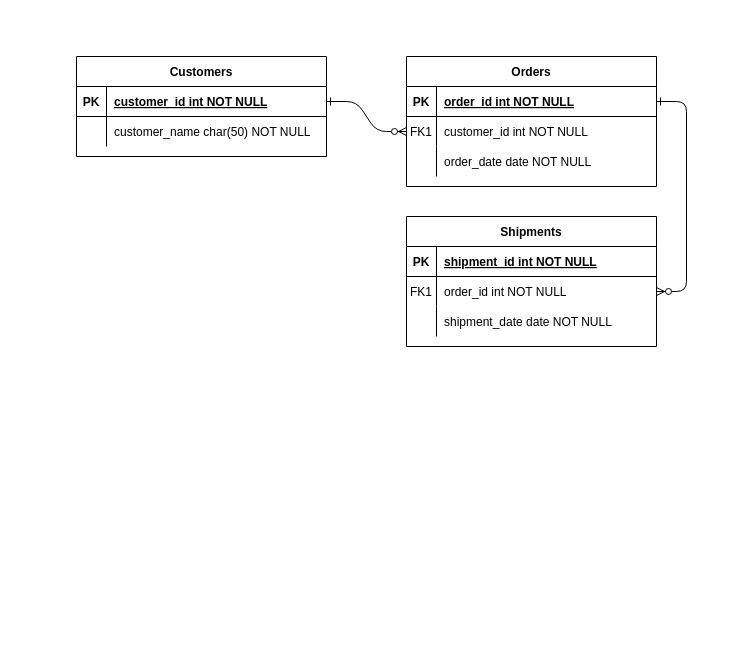
Earlier version of the draw.io diagram Diagrama sin título.drawio (fsvarelae/fsvarelae). Source tidied: cells renumbered, new cells numbered last; positions are measured from the earlier drawing's top-left corner, leaving out a move shared by most shapes. Both pictures are drawn from the tidied source at 100%, with x=0, y=0 at pixel (76, 56).
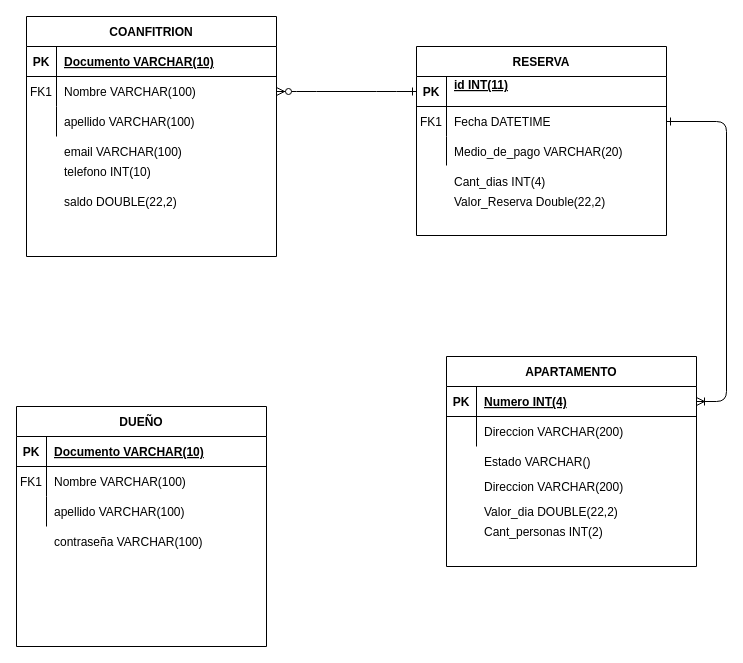
Above is the later version.

Unchanged cells that the change refers to:
```xml
<mxCell id="5" style="shape=partialRectangle;fillColor=none;points=[[0,0.5],[1,0.5]];portConstraint=eastwest;top=0;left=0;right=0;bottom=1;" parent="4" vertex="1">
  <mxGeometry y="30" width="250" height="30" as="geometry" />
</mxCell>
<mxCell id="8" style="shape=partialRectangle;fillColor=none;points=[[0,0.5],[1,0.5]];portConstraint=eastwest;top=0;left=0;right=0;bottom=0;" parent="4" vertex="1">
  <mxGeometry y="60" width="250" height="30" as="geometry" />
</mxCell>
<mxCell id="15" style="shape=partialRectangle;fillColor=none;top=0;left=0;right=0;bottom=1;" parent="14" vertex="1">
  <mxGeometry y="30" width="250" height="30" as="geometry" />
</mxCell>
<mxCell id="18" style="shape=partialRectangle;fillColor=none;points=[[0,0.5],[1,0.5]];portConstraint=eastwest;top=0;left=0;right=0;bottom=0;" parent="14" vertex="1">
  <mxGeometry y="60" width="250" height="30" as="geometry" />
</mxCell>
<mxCell id="21" style="shape=partialRectangle;fillColor=none;top=0;left=0;right=0;bottom=0;" parent="14" vertex="1">
  <mxGeometry y="90" width="250" height="30" as="geometry" />
</mxCell>
<mxCell id="25" style="shape=partialRectangle;fillColor=none;points=[[0,0.5],[1,0.5]];portConstraint=eastwest;top=0;left=0;right=0;bottom=1;" parent="24" vertex="1">
  <mxGeometry y="30" width="250" height="30" as="geometry" />
</mxCell>
<mxCell id="28" style="shape=partialRectangle;fillColor=none;top=0;left=0;right=0;bottom=0;" parent="24" vertex="1">
  <mxGeometry y="60" width="250" height="30" as="geometry" />
</mxCell>
```

The edit, as a diff of the source:
```diff
@@
-    <mxCell id="2" style="edgeStyle=entityRelationEdgeStyle;endArrow=ERzeroToMany;startArrow=ERone;endFill=1;startFill=0;" parent="1" edge="1" source="25" target="8">
+    <mxCell id="2" style="edgeStyle=entityRelationEdgeStyle;endArrow=ERone;startArrow=ERoneToMany;endFill=0;startFill=0;" parent="1" edge="1" source="25" target="8">
       <mxGeometry relative="1" as="geometry" />
     </mxCell>
@@
-    <mxCell id="4" value="Orders" style="shape=table;startSize=30;childLayout=tableLayout;rowLines=0;fontStyle=1;align=center;" parent="1" vertex="1">
-      <mxGeometry x="330" width="250" height="130" as="geometry" />
+    <mxCell id="4" value="RESERVA" style="shape=table;startSize=30;childLayout=tableLayout;rowLines=0;fontStyle=1;align=center;" parent="1" vertex="1">
+      <mxGeometry x="340" y="-10" width="250" height="189" as="geometry" />
     </mxCell>
@@
-    <mxCell id="7" value="order_id int NOT NULL " style="shape=partialRectangle;overflow=hidden;fillColor=none;top=0;left=0;bottom=0;right=0;align=left;spacingLeft=6;fontStyle=5;" parent="5" vertex="1">
+    <mxCell id="7" value="id INT(11)&#10; " style="shape=partialRectangle;overflow=hidden;fillColor=none;top=0;left=0;bottom=0;right=0;align=left;spacingLeft=6;fontStyle=5;" parent="5" vertex="1">
       <mxGeometry x="30" width="220" height="30" as="geometry" />
     </mxCell>
@@
-    <mxCell id="10" value="customer_id int NOT NULL" style="shape=partialRectangle;overflow=hidden;fillColor=none;top=0;left=0;bottom=0;right=0;align=left;spacingLeft=6;" parent="8" vertex="1">
+    <mxCell id="10" value="Fecha DATETIME" style="shape=partialRectangle;overflow=hidden;fillColor=none;top=0;left=0;bottom=0;right=0;align=left;spacingLeft=6;" parent="8" vertex="1">
       <mxGeometry x="30" width="220" height="30" as="geometry" />
     </mxCell>
     <mxCell id="11" style="shape=partialRectangle;fillColor=none;top=0;left=0;right=0;bottom=0;" parent="4" vertex="1">
-      <mxGeometry y="90" width="250" height="30" as="geometry" />
+      <mxGeometry y="90" width="250" height="29" as="geometry" />
     </mxCell>
     <mxCell id="12" style="shape=partialRectangle;overflow=hidden;fillColor=none;top=0;left=0;bottom=0;right=0;" parent="11" vertex="1">
-      <mxGeometry width="30" height="30" as="geometry" />
+      <mxGeometry width="30" height="29" as="geometry" />
     </mxCell>
-    <mxCell id="13" value="order_date date NOT NULL" style="shape=partialRectangle;overflow=hidden;fillColor=none;top=0;left=0;bottom=0;right=0;align=left;spacingLeft=6;" parent="11" vertex="1">
-      <mxGeometry x="30" width="220" height="30" as="geometry" />
+    <mxCell id="13" style="shape=partialRectangle;overflow=hidden;fillColor=none;top=0;left=0;bottom=0;right=0;align=left;spacingLeft=6;" parent="11" vertex="1">
+      <mxGeometry x="30" width="220" height="29" as="geometry" />
     </mxCell>
-    <mxCell id="14" value="Shipments" style="shape=table;startSize=30;childLayout=tableLayout;rowLines=0;fontStyle=1;align=center;" parent="1" vertex="1">
-      <mxGeometry x="330" y="160" width="250" height="130" as="geometry" />
+    <mxCell id="14" value="COANFITRION" style="shape=table;startSize=30;childLayout=tableLayout;rowLines=0;fontStyle=1;align=center;" parent="1" vertex="1">
+      <mxGeometry x="-50" y="-40" width="250" height="240" as="geometry" />
     </mxCell>
@@
-    <mxCell id="17" value="shipment_id int NOT NULL " style="shape=partialRectangle;overflow=hidden;fillColor=none;top=0;left=0;bottom=0;right=0;align=left;spacingLeft=6;fontStyle=5;" parent="15" vertex="1">
+    <mxCell id="17" value="Documento VARCHAR(10)" style="shape=partialRectangle;overflow=hidden;fillColor=none;top=0;left=0;bottom=0;right=0;align=left;spacingLeft=6;fontStyle=5;" parent="15" vertex="1">
       <mxGeometry x="30" width="220" height="30" as="geometry" />
     </mxCell>
@@
-    <mxCell id="20" value="order_id int NOT NULL" style="shape=partialRectangle;overflow=hidden;fillColor=none;top=0;left=0;bottom=0;right=0;align=left;spacingLeft=6;" parent="18" vertex="1">
+    <mxCell id="20" value="Nombre VARCHAR(100)" style="shape=partialRectangle;overflow=hidden;fillColor=none;top=0;left=0;bottom=0;right=0;align=left;spacingLeft=6;" parent="18" vertex="1">
       <mxGeometry x="30" width="220" height="30" as="geometry" />
     </mxCell>
@@
-    <mxCell id="23" value="shipment_date date NOT NULL" style="shape=partialRectangle;overflow=hidden;fillColor=none;top=0;left=0;bottom=0;right=0;align=left;spacingLeft=6;" parent="21" vertex="1">
+    <mxCell id="23" value="apellido VARCHAR(100)" style="shape=partialRectangle;overflow=hidden;fillColor=none;top=0;left=0;bottom=0;right=0;align=left;spacingLeft=6;" parent="21" vertex="1">
       <mxGeometry x="30" width="220" height="30" as="geometry" />
     </mxCell>
-    <mxCell id="24" value="Customers" style="shape=table;startSize=30;childLayout=tableLayout;rowLines=0;fontStyle=1;align=center;" parent="1" vertex="1">
-      <mxGeometry width="250" height="100" as="geometry" />
+    <mxCell id="24" value="APARTAMENTO" style="shape=table;startSize=30;childLayout=tableLayout;rowLines=0;fontStyle=1;align=center;" parent="1" vertex="1">
+      <mxGeometry x="370" y="300" width="250" height="210" as="geometry" />
     </mxCell>
@@
-    <mxCell id="27" value="customer_id int NOT NULL " style="shape=partialRectangle;overflow=hidden;fillColor=none;top=0;left=0;bottom=0;right=0;align=left;spacingLeft=6;fontStyle=5;" parent="25" vertex="1">
+    <mxCell id="27" value="Numero INT(4)" style="shape=partialRectangle;overflow=hidden;fillColor=none;top=0;left=0;bottom=0;right=0;align=left;spacingLeft=6;fontStyle=5;" parent="25" vertex="1">
       <mxGeometry x="30" width="220" height="30" as="geometry" />
     </mxCell>
@@
-    <mxCell id="30" value="customer_name char(50) NOT NULL" style="shape=partialRectangle;overflow=hidden;fillColor=none;top=0;left=0;bottom=0;right=0;align=left;spacingLeft=6;" parent="28" vertex="1">
+    <mxCell id="30" value="Direccion VARCHAR(200)" style="shape=partialRectangle;overflow=hidden;fillColor=none;top=0;left=0;bottom=0;right=0;align=left;spacingLeft=6;" parent="28" vertex="1">
       <mxGeometry x="30" width="220" height="30" as="geometry" />
     </mxCell>
+    <mxCell id="31" value="email VARCHAR(100)" style="shape=partialRectangle;overflow=hidden;fillColor=none;top=0;left=0;bottom=0;right=0;align=left;spacingLeft=6;" parent="1" vertex="1">
+      <mxGeometry x="-20" y="80" width="220" height="30" as="geometry" />
+    </mxCell>
+    <mxCell id="32" value="saldo DOUBLE(22,2)" style="shape=partialRectangle;overflow=hidden;fillColor=none;top=0;left=0;bottom=0;right=0;align=left;spacingLeft=6;" parent="1" vertex="1">
+      <mxGeometry x="-20" y="130" width="220" height="30" as="geometry" />
+    </mxCell>
+    <mxCell id="33" value="telefono INT(10)" style="shape=partialRectangle;overflow=hidden;fillColor=none;top=0;left=0;bottom=0;right=0;align=left;spacingLeft=6;" parent="1" vertex="1">
+      <mxGeometry x="-20" y="100" width="220" height="30" as="geometry" />
+    </mxCell>
+    <mxCell id="34" value="Medio_de_pago VARCHAR(20) " style="shape=partialRectangle;overflow=hidden;fillColor=none;top=0;left=0;bottom=0;right=0;align=left;spacingLeft=6;" parent="1" vertex="1">
+      <mxGeometry x="370" y="80" width="220" height="30" as="geometry" />
+    </mxCell>
+    <mxCell id="35" value="Cant_dias INT(4)" style="shape=partialRectangle;overflow=hidden;fillColor=none;top=0;left=0;bottom=0;right=0;align=left;spacingLeft=6;" parent="1" vertex="1">
+      <mxGeometry x="370" y="110" width="220" height="30" as="geometry" />
+    </mxCell>
+    <mxCell id="36" style="shape=partialRectangle;fillColor=none;top=0;left=0;right=0;bottom=0;" parent="1" vertex="1">
+      <mxGeometry x="370" y="390" width="250" height="30" as="geometry" />
+    </mxCell>
+    <mxCell id="37" style="shape=partialRectangle;overflow=hidden;fillColor=none;top=0;left=0;bottom=0;right=0;" parent="36" vertex="1">
+      <mxGeometry width="30" height="30" as="geometry" />
+    </mxCell>
+    <mxCell id="38" value="Estado VARCHAR()" style="shape=partialRectangle;overflow=hidden;fillColor=none;top=0;left=0;bottom=0;right=0;align=left;spacingLeft=6;" parent="36" vertex="1">
+      <mxGeometry x="30" width="220" height="30" as="geometry" />
+    </mxCell>
+    <mxCell id="39" style="shape=partialRectangle;fillColor=none;top=0;left=0;right=0;bottom=0;" parent="1" vertex="1">
+      <mxGeometry x="370" y="415" width="250" height="30" as="geometry" />
+    </mxCell>
+    <mxCell id="40" style="shape=partialRectangle;overflow=hidden;fillColor=none;top=0;left=0;bottom=0;right=0;" parent="39" vertex="1">
+      <mxGeometry width="30" height="30" as="geometry" />
+    </mxCell>
+    <mxCell id="41" value="Direccion VARCHAR(200)" style="shape=partialRectangle;overflow=hidden;fillColor=none;top=0;left=0;bottom=0;right=0;align=left;spacingLeft=6;" parent="39" vertex="1">
+      <mxGeometry x="30" width="220" height="30" as="geometry" />
+    </mxCell>
+    <mxCell id="42" style="shape=partialRectangle;fillColor=none;top=0;left=0;right=0;bottom=0;" parent="1" vertex="1">
+      <mxGeometry x="370" y="440" width="250" height="30" as="geometry" />
+    </mxCell>
+    <mxCell id="43" style="shape=partialRectangle;overflow=hidden;fillColor=none;top=0;left=0;bottom=0;right=0;" parent="42" vertex="1">
+      <mxGeometry width="30" height="30" as="geometry" />
+    </mxCell>
+    <mxCell id="44" value="Valor_dia DOUBLE(22,2)" style="shape=partialRectangle;overflow=hidden;fillColor=none;top=0;left=0;bottom=0;right=0;align=left;spacingLeft=6;" parent="42" vertex="1">
+      <mxGeometry x="30" width="220" height="30" as="geometry" />
+    </mxCell>
+    <mxCell id="45" value="DUEÑO" style="shape=table;startSize=30;childLayout=tableLayout;rowLines=0;fontStyle=1;align=center;" parent="1" vertex="1">
+      <mxGeometry x="-60" y="350" width="250" height="240" as="geometry" />
+    </mxCell>
+    <mxCell id="46" style="shape=partialRectangle;fillColor=none;top=0;left=0;right=0;bottom=1;" parent="45" vertex="1">
+      <mxGeometry y="30" width="250" height="30" as="geometry" />
+    </mxCell>
+    <mxCell id="47" value="PK" style="shape=partialRectangle;overflow=hidden;fillColor=none;top=0;left=0;bottom=0;right=0;fontStyle=1;" parent="46" vertex="1">
+      <mxGeometry width="30" height="30" as="geometry" />
+    </mxCell>
+    <mxCell id="48" value="Documento VARCHAR(10)" style="shape=partialRectangle;overflow=hidden;fillColor=none;top=0;left=0;bottom=0;right=0;align=left;spacingLeft=6;fontStyle=5;" parent="46" vertex="1">
+      <mxGeometry x="30" width="220" height="30" as="geometry" />
+    </mxCell>
+    <mxCell id="49" style="shape=partialRectangle;fillColor=none;top=0;left=0;right=0;bottom=0;" parent="45" vertex="1">
+      <mxGeometry y="60" width="250" height="30" as="geometry" />
+    </mxCell>
+    <mxCell id="50" value="FK1" style="shape=partialRectangle;overflow=hidden;fillColor=none;top=0;left=0;bottom=0;right=0;" parent="49" vertex="1">
+      <mxGeometry width="30" height="30" as="geometry" />
+    </mxCell>
+    <mxCell id="51" value="Nombre VARCHAR(100)" style="shape=partialRectangle;overflow=hidden;fillColor=none;top=0;left=0;bottom=0;right=0;align=left;spacingLeft=6;" parent="49" vertex="1">
+      <mxGeometry x="30" width="220" height="30" as="geometry" />
+    </mxCell>
+    <mxCell id="52" style="shape=partialRectangle;fillColor=none;top=0;left=0;right=0;bottom=0;" parent="45" vertex="1">
+      <mxGeometry y="90" width="250" height="30" as="geometry" />
+    </mxCell>
+    <mxCell id="53" style="shape=partialRectangle;overflow=hidden;fillColor=none;top=0;left=0;bottom=0;right=0;" parent="52" vertex="1">
+      <mxGeometry width="30" height="30" as="geometry" />
+    </mxCell>
+    <mxCell id="54" value="apellido VARCHAR(100)" style="shape=partialRectangle;overflow=hidden;fillColor=none;top=0;left=0;bottom=0;right=0;align=left;spacingLeft=6;" parent="52" vertex="1">
+      <mxGeometry x="30" width="220" height="30" as="geometry" />
+    </mxCell>
+    <mxCell id="55" value="contraseña VARCHAR(100)" style="shape=partialRectangle;overflow=hidden;fillColor=none;top=0;left=0;bottom=0;right=0;align=left;spacingLeft=6;" parent="1" vertex="1">
+      <mxGeometry x="-30" y="470" width="220" height="30" as="geometry" />
+    </mxCell>
+    <mxCell id="56" style="shape=partialRectangle;fillColor=none;top=0;left=0;right=0;bottom=0;" parent="1" vertex="1">
+      <mxGeometry x="370" y="460" width="250" height="30" as="geometry" />
+    </mxCell>
+    <mxCell id="57" style="shape=partialRectangle;overflow=hidden;fillColor=none;top=0;left=0;bottom=0;right=0;" parent="56" vertex="1">
+      <mxGeometry width="30" height="30" as="geometry" />
+    </mxCell>
+    <mxCell id="58" value="Cant_personas INT(2)" style="shape=partialRectangle;overflow=hidden;fillColor=none;top=0;left=0;bottom=0;right=0;align=left;spacingLeft=6;" parent="56" vertex="1">
+      <mxGeometry x="30" width="220" height="30" as="geometry" />
+    </mxCell>
+    <mxCell id="59" value="Valor_Reserva Double(22,2)" style="shape=partialRectangle;overflow=hidden;fillColor=none;top=0;left=0;bottom=0;right=0;align=left;spacingLeft=6;" parent="1" vertex="1">
+      <mxGeometry x="370" y="130" width="220" height="30" as="geometry" />
+    </mxCell>
```
